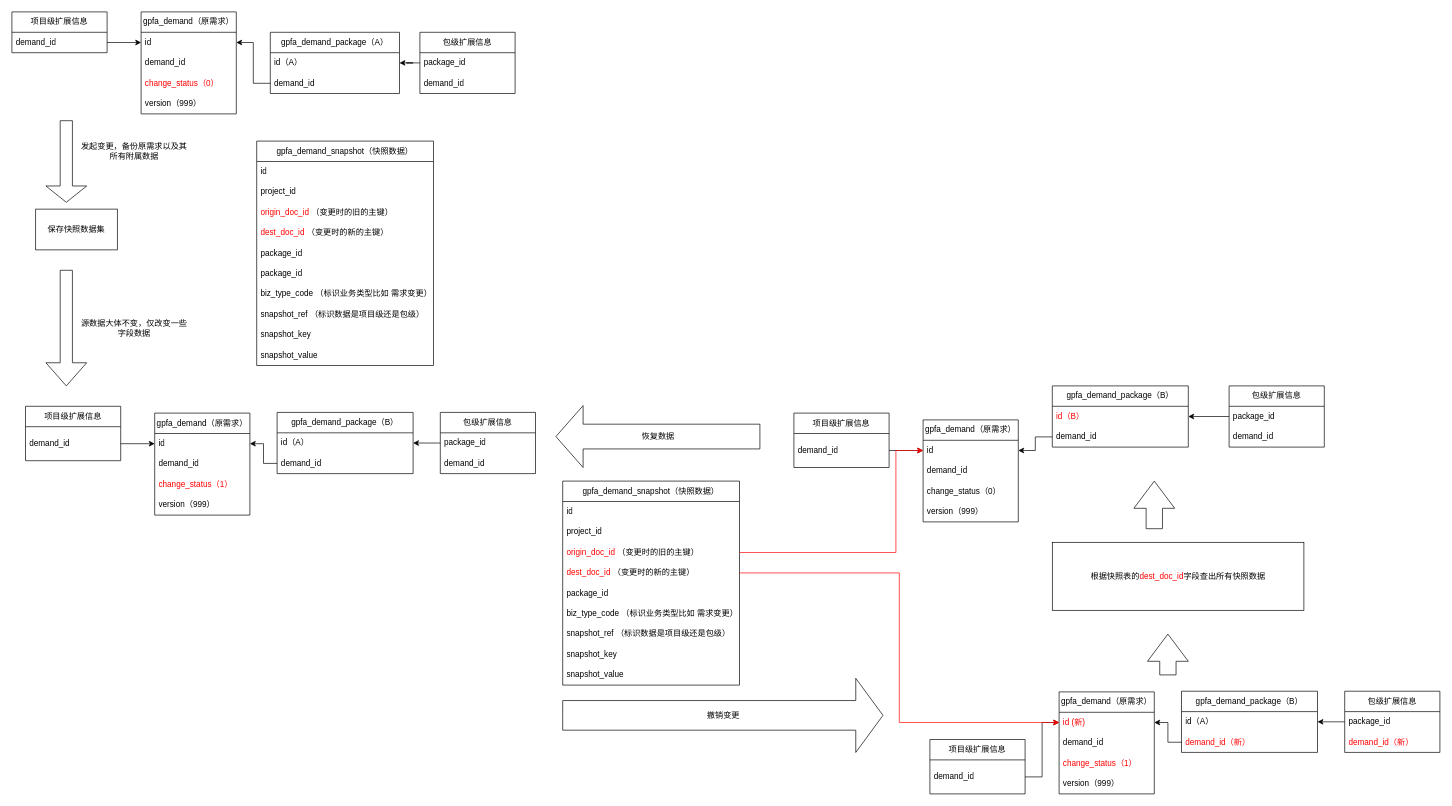
Earlier version of the draw.io diagram open_modify_not_package.drawio (IIceBreakker/draw.io). Source tidied: cells renumbered, new cells numbered last; positions are measured from the earlier drawing's top-left corner, leaving out a move shared by most shapes. Both pictures are drawn from the tidied source at 68%, with x=0, y=0 at pixel (12, 12).
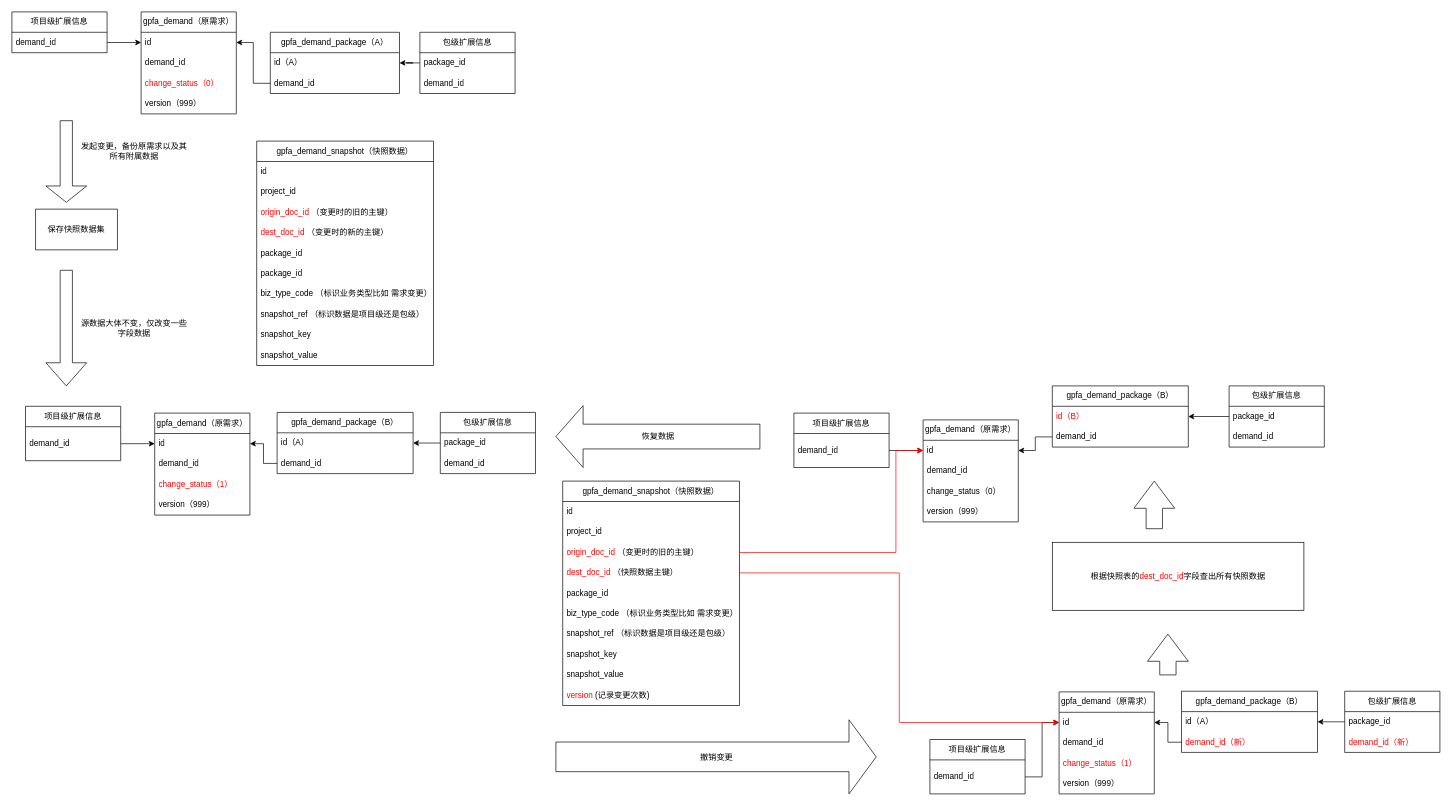
The same diagram, later.

The change refers to these unchanged cells:
```xml
<mxCell id="60" value="gpfa_demand（原需求）" style="swimlane;fontStyle=0;horizontal=1;startSize=30;whiteSpace=wrap;html=1;" parent="1" vertex="1">
  <mxGeometry x="1540" y="1000" width="140" height="150" as="geometry" />
</mxCell>
```

The edit, as a diff of the source:
```diff
@@
     <mxCell id="49" value="gpfa_demand_snapshot（快照数据）" style="swimlane;fontStyle=0;horizontal=1;startSize=30;whiteSpace=wrap;html=1;" parent="1" vertex="1">
-      <mxGeometry x="810" y="690" width="260" height="300" as="geometry" />
+      <mxGeometry x="810" y="690" width="260" height="330" as="geometry" />
     </mxCell>
@@
-    <mxCell id="53" value="&lt;font color=&quot;#ff0000&quot;&gt;dest_doc_id&lt;/font&gt; （变更时的新的主键）" style="text;strokeColor=none;fillColor=none;align=left;verticalAlign=middle;spacingLeft=4;spacingRight=4;overflow=hidden;points=[[0,0.5],[1,0.5]];portConstraint=eastwest;whiteSpace=wrap;html=1;" parent="49" vertex="1">
+    <mxCell id="53" value="&lt;font color=&quot;#ff0000&quot;&gt;dest_doc_id&lt;/font&gt; （快照数据主键）" style="text;strokeColor=none;fillColor=none;align=left;verticalAlign=middle;spacingLeft=4;spacingRight=4;overflow=hidden;points=[[0,0.5],[1,0.5]];portConstraint=eastwest;whiteSpace=wrap;html=1;" parent="49" vertex="1">
       <mxGeometry y="120" width="260" height="30" as="geometry" />
     </mxCell>
@@
+    <mxCell id="99" value="&lt;font color=&quot;#ff0000&quot;&gt;version&lt;/font&gt; (记录变更次数)" style="text;strokeColor=none;fillColor=none;align=left;verticalAlign=middle;spacingLeft=4;spacingRight=4;overflow=hidden;whiteSpace=wrap;html=1;" parent="49" vertex="1">
+      <mxGeometry y="300" width="260" height="30" as="geometry" />
+    </mxCell>
     <mxCell id="59" value="撤销变更" style="html=1;shadow=0;dashed=0;align=center;verticalAlign=middle;shape=mxgraph.arrows2.arrow;dy=0.6;dx=40;notch=0;" parent="1" vertex="1">
-      <mxGeometry x="810" y="980" width="471" height="109" as="geometry" />
+      <mxGeometry x="800" y="1041" width="471" height="109" as="geometry" />
     </mxCell>
@@
-    <mxCell id="61" value="&lt;font color=&quot;#ff0000&quot;&gt;id (新)&lt;/font&gt;" style="text;strokeColor=none;fillColor=none;align=left;verticalAlign=middle;spacingLeft=4;spacingRight=4;overflow=hidden;points=[[0,0.5],[1,0.5]];portConstraint=eastwest;whiteSpace=wrap;html=1;" parent="60" vertex="1">
+    <mxCell id="61" value="id" style="text;strokeColor=none;fillColor=none;align=left;verticalAlign=middle;spacingLeft=4;spacingRight=4;overflow=hidden;points=[[0,0.5],[1,0.5]];portConstraint=eastwest;whiteSpace=wrap;html=1;" parent="60" vertex="1">
       <mxGeometry y="30" width="140" height="30" as="geometry" />
     </mxCell>
```
